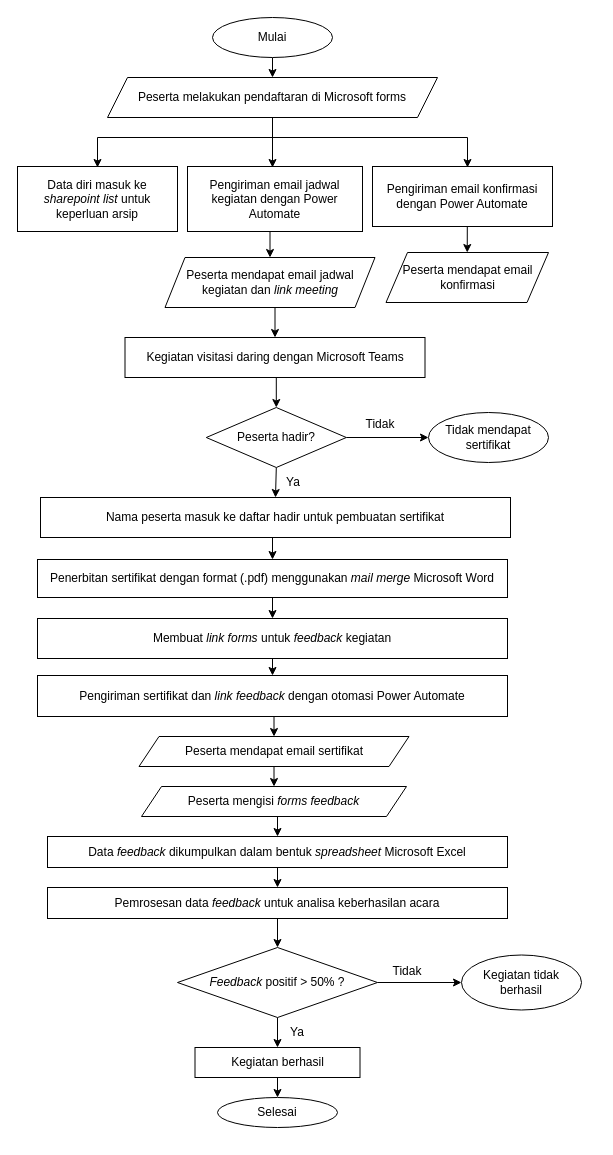
This is Flowchart Proses.drawio from kairamilanifitria/Capstone-Project, a draw.io file, before an edit. Source tidied: cells renumbered, new cells numbered last; positions are measured from the earlier drawing's top-left corner, leaving out a move shared by most shapes. Both pictures are drawn from the tidied source at 100%, with x=0, y=0 at pixel (17, 17).
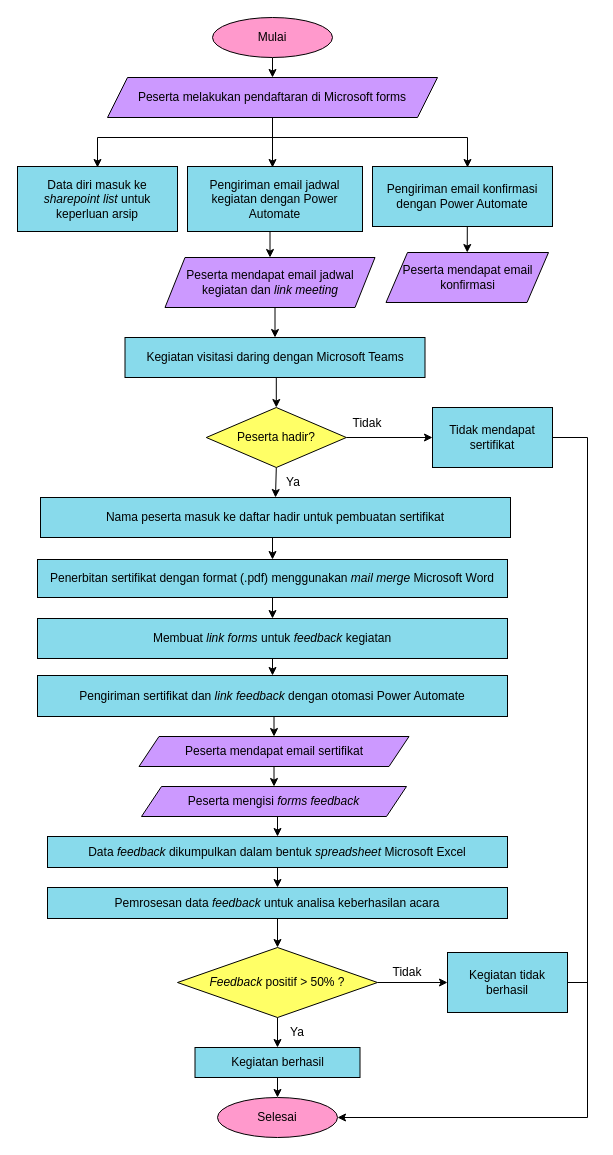
Above is the later version.

Change to the diagram source:
```diff
@@
-    <mxCell id="3" value="Mulai" style="ellipse;whiteSpace=wrap;html=1;" parent="1" vertex="1">
+    <mxCell id="3" value="Mulai" style="ellipse;whiteSpace=wrap;html=1;fillColor=#FF99CC;" parent="1" vertex="1">
       <mxGeometry x="195" width="120" height="40" as="geometry" />
     </mxCell>
-    <mxCell id="4" value="Peserta melakukan pendaftaran di Microsoft&amp;nbsp;forms" style="shape=parallelogram;perimeter=parallelogramPerimeter;whiteSpace=wrap;html=1;fixedSize=1;" parent="1" vertex="1">
+    <mxCell id="4" value="Peserta melakukan pendaftaran di Microsoft&amp;nbsp;forms" style="shape=parallelogram;perimeter=parallelogramPerimeter;whiteSpace=wrap;html=1;fixedSize=1;fillColor=#CC99FF;" parent="1" vertex="1">
       <mxGeometry x="90" y="60" width="330" height="40" as="geometry" />
     </mxCell>
-    <mxCell id="5" value="Data diri masuk ke &lt;i&gt;sharepoint list &lt;/i&gt;untuk keperluan arsip" style="rounded=0;whiteSpace=wrap;html=1;" parent="1" vertex="1">
+    <mxCell id="5" value="Data diri masuk ke &lt;i&gt;sharepoint list &lt;/i&gt;untuk keperluan arsip" style="rounded=0;whiteSpace=wrap;html=1;fillColor=#88DAEB;" parent="1" vertex="1">
       <mxGeometry y="149" width="160" height="65" as="geometry" />
     </mxCell>
@@
-    <mxCell id="7" value="Pengiriman email konfirmasi dengan Power Automate" style="rounded=0;whiteSpace=wrap;html=1;" parent="1" vertex="1">
+    <mxCell id="7" value="Pengiriman email konfirmasi dengan Power Automate" style="rounded=0;whiteSpace=wrap;html=1;fillColor=#88DAEB;" parent="1" vertex="1">
       <mxGeometry x="355" y="149" width="180" height="60" as="geometry" />
     </mxCell>
@@
-    <mxCell id="9" value="Pengiriman email jadwal kegiatan dengan Power Automate" style="rounded=0;whiteSpace=wrap;html=1;" parent="1" vertex="1">
+    <mxCell id="9" value="Pengiriman email jadwal kegiatan dengan Power Automate" style="rounded=0;whiteSpace=wrap;html=1;fillColor=#88DAEB;" parent="1" vertex="1">
       <mxGeometry x="170" y="149" width="175" height="65" as="geometry" />
     </mxCell>
-    <mxCell id="10" value="Peserta mendapat email konfirmasi" style="shape=parallelogram;perimeter=parallelogramPerimeter;whiteSpace=wrap;html=1;fixedSize=1;size=21.5;" parent="1" vertex="1">
+    <mxCell id="10" value="Peserta mendapat email konfirmasi" style="shape=parallelogram;perimeter=parallelogramPerimeter;whiteSpace=wrap;html=1;fixedSize=1;size=21.5;fillColor=#CC99FF;" parent="1" vertex="1">
       <mxGeometry x="368.5" y="235" width="162.5" height="50" as="geometry" />
     </mxCell>
@@
-    <mxCell id="12" value="Peserta mendapat email jadwal kegiatan dan &lt;i&gt;link meeting&lt;/i&gt;" style="shape=parallelogram;perimeter=parallelogramPerimeter;whiteSpace=wrap;html=1;fixedSize=1;" parent="1" vertex="1">
+    <mxCell id="12" value="Peserta mendapat email jadwal kegiatan dan &lt;i&gt;link meeting&lt;/i&gt;" style="shape=parallelogram;perimeter=parallelogramPerimeter;whiteSpace=wrap;html=1;fixedSize=1;fillColor=#CC99FF;" parent="1" vertex="1">
       <mxGeometry x="147.5" y="240" width="210" height="50" as="geometry" />
     </mxCell>
@@
-    <mxCell id="14" value="Kegiatan visitasi daring dengan Microsoft Teams" style="rounded=0;whiteSpace=wrap;html=1;" parent="1" vertex="1">
+    <mxCell id="14" value="Kegiatan visitasi daring dengan Microsoft Teams" style="rounded=0;whiteSpace=wrap;html=1;fillColor=#88DAEB;" parent="1" vertex="1">
       <mxGeometry x="107.5" y="320" width="300" height="40" as="geometry" />
     </mxCell>
@@
-    <mxCell id="16" style="edgeStyle=orthogonalEdgeStyle;rounded=0;jettySize=auto;html=1;exitX=1;exitY=0.5;exitDx=0;exitDy=0;" parent="1" edge="1" source="17" target="43">
+    <mxCell id="16" style="edgeStyle=orthogonalEdgeStyle;rounded=0;jettySize=auto;html=1;exitX=1;exitY=0.5;exitDx=0;exitDy=0;entryX=0;entryY=0.5;entryDx=0;entryDy=0;" parent="1" edge="1" source="17" target="43">
       <mxGeometry relative="1" as="geometry" />
     </mxCell>
-    <mxCell id="17" value="Peserta hadir?" style="rhombus;whiteSpace=wrap;html=1;" parent="1" vertex="1">
+    <mxCell id="17" value="Peserta hadir?" style="rhombus;whiteSpace=wrap;html=1;fillColor=#FFFF66;" parent="1" vertex="1">
       <mxGeometry x="188.8" y="390" width="140" height="60" as="geometry" />
     </mxCell>
@@
-    <mxCell id="19" value="Nama peserta masuk ke daftar hadir untuk pembuatan sertifikat" style="rounded=0;whiteSpace=wrap;html=1;" parent="1" vertex="1">
+    <mxCell id="19" value="Nama peserta masuk ke daftar hadir untuk pembuatan sertifikat" style="rounded=0;whiteSpace=wrap;html=1;fillColor=#88DAEB;" parent="1" vertex="1">
       <mxGeometry x="23" y="480" width="470" height="40" as="geometry" />
     </mxCell>
@@
-    <mxCell id="21" value="Penerbitan sertifikat dengan format (.pdf) menggunakan &lt;i&gt;mail merge &lt;/i&gt;Microsoft Word" style="rounded=0;whiteSpace=wrap;html=1;" parent="1" vertex="1">
+    <mxCell id="21" value="Penerbitan sertifikat dengan format (.pdf) menggunakan &lt;i&gt;mail merge &lt;/i&gt;Microsoft Word" style="rounded=0;whiteSpace=wrap;html=1;fillColor=#88DAEB;" parent="1" vertex="1">
       <mxGeometry x="20" y="542" width="470" height="38" as="geometry" />
     </mxCell>
@@
-    <mxCell id="23" value="Pengiriman sertifikat dan &lt;i&gt;link feedback&lt;/i&gt; dengan otomasi Power Automate" style="rounded=0;whiteSpace=wrap;html=1;" parent="1" vertex="1">
+    <mxCell id="23" value="Pengiriman sertifikat dan &lt;i&gt;link feedback&lt;/i&gt; dengan otomasi Power Automate" style="rounded=0;whiteSpace=wrap;html=1;fillColor=#88DAEB;" parent="1" vertex="1">
       <mxGeometry x="20" y="658" width="470" height="41" as="geometry" />
     </mxCell>
@@
-    <mxCell id="25" value="Membuat &lt;i&gt;link forms&lt;/i&gt; untuk &lt;i&gt;feedback &lt;/i&gt;kegiatan" style="rounded=0;whiteSpace=wrap;html=1;" parent="1" vertex="1">
+    <mxCell id="25" value="Membuat &lt;i&gt;link forms&lt;/i&gt; untuk &lt;i&gt;feedback &lt;/i&gt;kegiatan" style="rounded=0;whiteSpace=wrap;html=1;fillColor=#88DAEB;" parent="1" vertex="1">
       <mxGeometry x="20" y="601" width="470" height="40" as="geometry" />
     </mxCell>
@@
-    <mxCell id="27" value="Data &lt;i&gt;feedback &lt;/i&gt;dikumpulkan dalam bentuk &lt;i&gt;spreadsheet &lt;/i&gt;Microsoft Excel" style="rounded=0;whiteSpace=wrap;html=1;" parent="1" vertex="1">
+    <mxCell id="27" value="Data &lt;i&gt;feedback &lt;/i&gt;dikumpulkan dalam bentuk &lt;i&gt;spreadsheet &lt;/i&gt;Microsoft Excel" style="rounded=0;whiteSpace=wrap;html=1;fillColor=#88DAEB;" parent="1" vertex="1">
       <mxGeometry x="30" y="819" width="460" height="31" as="geometry" />
     </mxCell>
@@
-    <mxCell id="29" value="Peserta mendapat email sertifikat" style="shape=parallelogram;perimeter=parallelogramPerimeter;whiteSpace=wrap;html=1;fixedSize=1;" parent="1" vertex="1">
+    <mxCell id="29" value="Peserta mendapat email sertifikat" style="shape=parallelogram;perimeter=parallelogramPerimeter;whiteSpace=wrap;html=1;fixedSize=1;fillColor=#CC99FF;" parent="1" vertex="1">
       <mxGeometry x="121.5" y="719" width="270" height="30" as="geometry" />
     </mxCell>
@@
-    <mxCell id="31" value="Peserta mengisi &lt;i&gt;forms feedback&lt;/i&gt;" style="shape=parallelogram;perimeter=parallelogramPerimeter;whiteSpace=wrap;html=1;fixedSize=1;" parent="1" vertex="1">
+    <mxCell id="31" value="Peserta mengisi &lt;i&gt;forms feedback&lt;/i&gt;" style="shape=parallelogram;perimeter=parallelogramPerimeter;whiteSpace=wrap;html=1;fixedSize=1;fillColor=#CC99FF;" parent="1" vertex="1">
       <mxGeometry x="124" y="769" width="265" height="30" as="geometry" />
     </mxCell>
@@
-    <mxCell id="33" value="Pemrosesan data &lt;i&gt;feedback &lt;/i&gt;untuk analisa keberhasilan acara" style="rounded=0;whiteSpace=wrap;html=1;" parent="1" vertex="1">
+    <mxCell id="33" value="Pemrosesan data &lt;i&gt;feedback &lt;/i&gt;untuk analisa keberhasilan acara" style="rounded=0;whiteSpace=wrap;html=1;fillColor=#88DAEB;" parent="1" vertex="1">
       <mxGeometry x="30" y="870" width="460" height="31" as="geometry" />
     </mxCell>
@@
-    <mxCell id="35" style="edgeStyle=orthogonalEdgeStyle;rounded=0;jettySize=auto;html=1;exitX=1;exitY=0.5;exitDx=0;exitDy=0;" parent="1" edge="1" source="36" target="49">
+    <mxCell id="35" style="edgeStyle=orthogonalEdgeStyle;rounded=0;jettySize=auto;html=1;exitX=1;exitY=0.5;exitDx=0;exitDy=0;entryX=0;entryY=0.5;entryDx=0;entryDy=0;" parent="1" edge="1" source="36" target="49">
       <mxGeometry relative="1" as="geometry" />
     </mxCell>
-    <mxCell id="36" value="&lt;i&gt;Feedback &lt;/i&gt;positif &amp;gt; 50% ?" style="rhombus;whiteSpace=wrap;html=1;" parent="1" vertex="1">
+    <mxCell id="36" value="&lt;i&gt;Feedback &lt;/i&gt;positif &amp;gt; 50% ?" style="rhombus;whiteSpace=wrap;html=1;fillColor=#FFFF66;" parent="1" vertex="1">
       <mxGeometry x="160" y="930" width="200" height="70" as="geometry" />
     </mxCell>
@@
-    <mxCell id="38" value="Kegiatan berhasil" style="rounded=0;whiteSpace=wrap;html=1;" parent="1" vertex="1">
+    <mxCell id="38" value="Kegiatan berhasil" style="rounded=0;whiteSpace=wrap;html=1;fillColor=#88DAEB;" parent="1" vertex="1">
       <mxGeometry x="177.5" y="1030" width="165" height="30" as="geometry" />
     </mxCell>
-    <mxCell id="39" value="Selesai" style="ellipse;whiteSpace=wrap;html=1;" parent="1" vertex="1">
-      <mxGeometry x="200" y="1080" width="120" height="30" as="geometry" />
+    <mxCell id="39" value="Selesai" style="ellipse;whiteSpace=wrap;html=1;fillColor=#FF99CC;" parent="1" vertex="1">
+      <mxGeometry x="200" y="1080" width="120" height="40" as="geometry" />
     </mxCell>
     <mxCell id="40" value="Tidak" style="text;html=1;strokeColor=none;fillColor=none;align=center;verticalAlign=middle;whiteSpace=wrap;rounded=0;" parent="1" vertex="1">
-      <mxGeometry x="332.5" y="397" width="60" height="20" as="geometry" />
+      <mxGeometry x="320" y="396" width="60" height="20" as="geometry" />
     </mxCell>
@@
-    <mxCell id="43" value="&lt;span&gt;Tidak mendapat sertifikat&lt;/span&gt;" style="ellipse;whiteSpace=wrap;html=1;" parent="1" vertex="1">
-      <mxGeometry x="411" y="395" width="120" height="50" as="geometry" />
-    </mxCell>
@@
+    <mxCell id="50" value="Tidak" style="text;html=1;strokeColor=none;fillColor=none;align=center;verticalAlign=middle;whiteSpace=wrap;rounded=0;" parent="1" vertex="1">
+      <mxGeometry x="360" y="945" width="60" height="20" as="geometry" />
+    </mxCell>
+    <mxCell id="51" style="endArrow=none;html=1;rounded=0;exitX=1;exitY=0.5;exitDx=0;exitDy=0;" parent="1" edge="1" source="43">
+      <mxGeometry relative="1" as="geometry">
+        <mxPoint x="570" y="420" as="targetPoint" />
+      </mxGeometry>
+    </mxCell>
-    <mxCell id="49" value="&lt;span&gt;Kegiatan tidak berhasil&lt;/span&gt;" style="ellipse;whiteSpace=wrap;html=1;" parent="1" vertex="1">
-      <mxGeometry x="444" y="937.5" width="120" height="55" as="geometry" />
+    <mxCell id="49" value="Kegiatan tidak berhasil" style="rounded=0;whiteSpace=wrap;html=1;fillColor=#88DAEB;" parent="1" vertex="1">
+      <mxGeometry x="430" y="935" width="120" height="60" as="geometry" />
     </mxCell>
-    <mxCell id="50" value="Tidak" style="text;html=1;strokeColor=none;fillColor=none;align=center;verticalAlign=middle;whiteSpace=wrap;rounded=0;" parent="1" vertex="1">
-      <mxGeometry x="360" y="944" width="60" height="20" as="geometry" />
-    </mxCell>
+    <mxCell id="52" style="endArrow=classic;html=1;rounded=0;entryX=1;entryY=0.5;entryDx=0;entryDy=0;" parent="1" edge="1">
+      <mxGeometry relative="1" as="geometry">
+        <mxPoint x="570" y="1100" as="sourcePoint" />
+        <mxPoint x="320" y="1100" as="targetPoint" />
+      </mxGeometry>
+    </mxCell>
+    <mxCell id="53" style="endArrow=none;html=1;rounded=0;" parent="1" edge="1">
+      <mxGeometry relative="1" as="geometry">
+        <mxPoint x="570" y="420" as="sourcePoint" />
+        <mxPoint x="570" y="1100" as="targetPoint" />
+      </mxGeometry>
+    </mxCell>
+    <mxCell id="54" style="endArrow=none;html=1;rounded=0;exitX=1;exitY=0.5;exitDx=0;exitDy=0;" parent="1" edge="1" source="49">
+      <mxGeometry relative="1" as="geometry">
+        <mxPoint x="570" y="965" as="targetPoint" />
+      </mxGeometry>
+    </mxCell>
+    <mxCell id="43" value="&lt;span&gt;Tidak mendapat sertifikat&lt;/span&gt;" style="rounded=0;whiteSpace=wrap;html=1;fillColor=#88DAEB;" parent="1" vertex="1">
+      <mxGeometry x="415" y="390" width="120" height="60" as="geometry" />
+    </mxCell>
```
